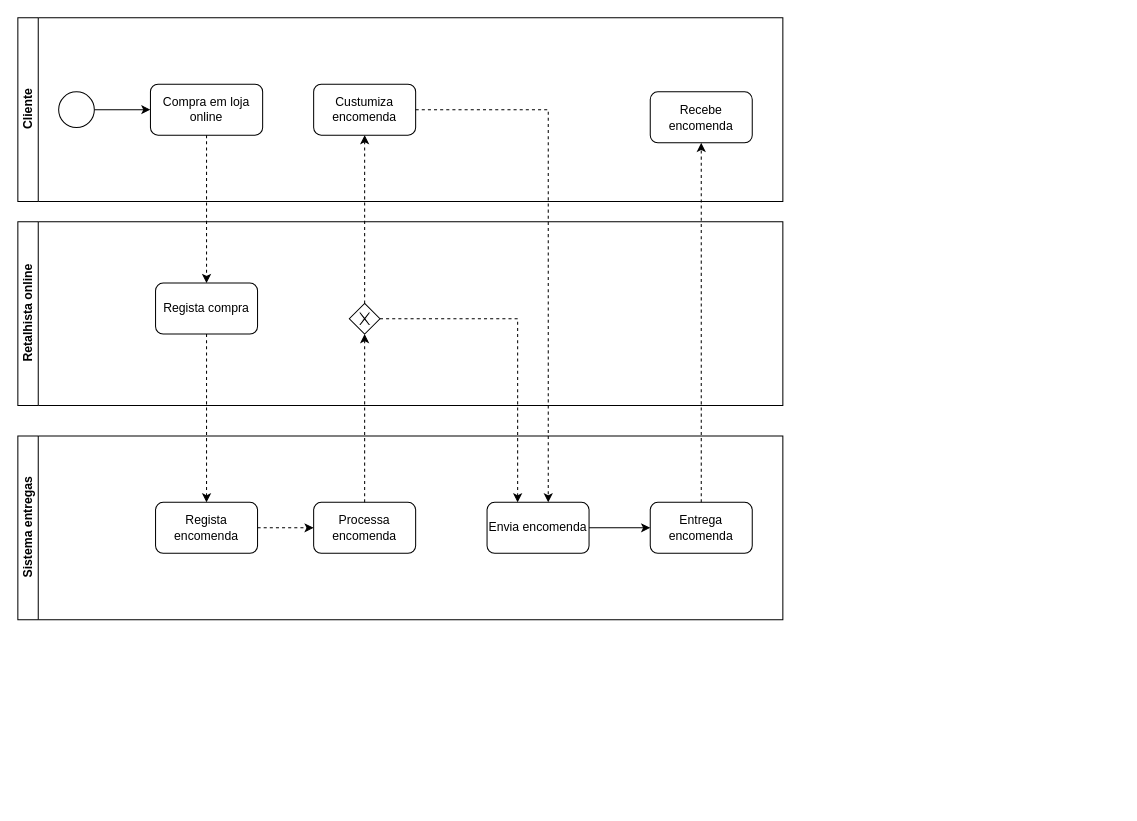
Earlier version of the draw.io diagram page "Página-9" (9 of 10) of Diagrams.drawio (miguelfrutuoso/smart-delivery). Source tidied: cells renumbered, new cells numbered last; positions are measured from the earlier drawing's top-left corner, leaving out a move shared by most shapes. Both pictures are drawn from the tidied source at 102%, with x=0, y=0 at pixel (17, 17).
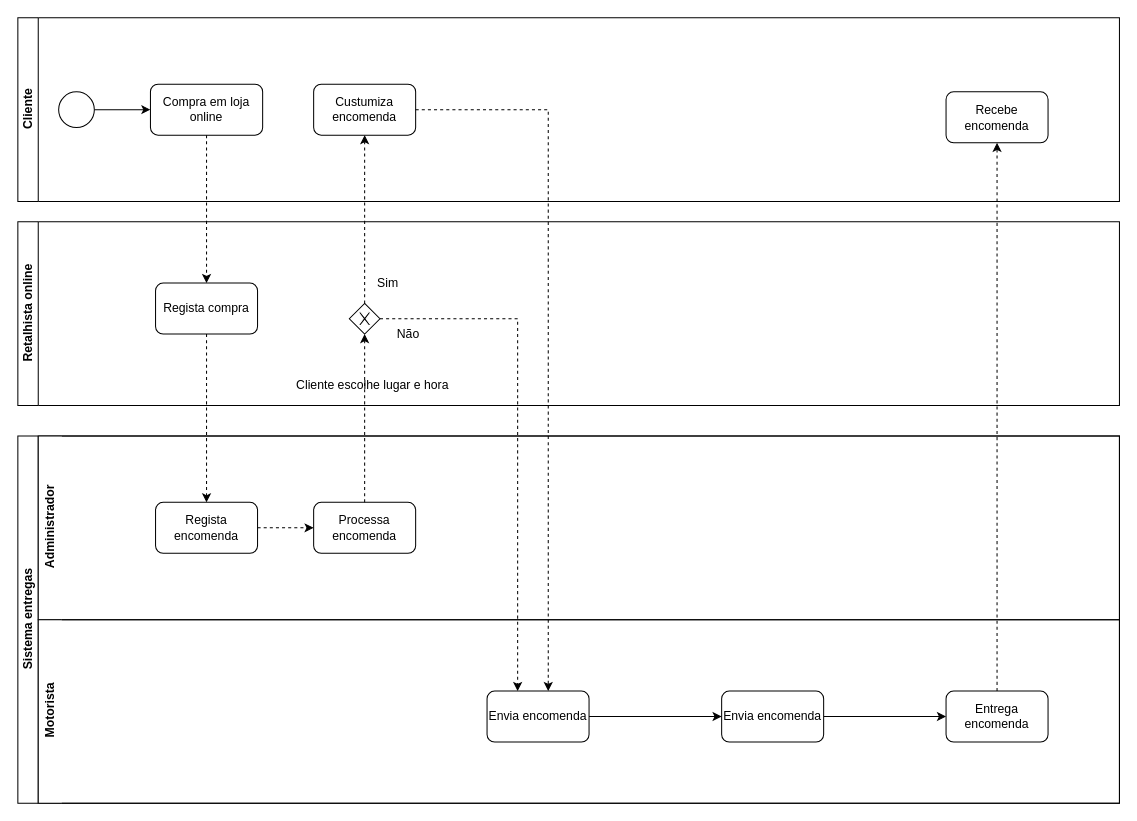
The same page after the edit.

What changed in the source:
```diff
@@
     <mxCell id="2" value="Cliente" style="swimlane;html=1;horizontal=0;startSize=20;" parent="1" vertex="1">
-      <mxGeometry width="750" height="180" as="geometry" />
+      <mxGeometry width="1080" height="180" as="geometry" />
     </mxCell>
@@
     <mxCell id="7" value="Recebe encomenda" style="shape=ext;rounded=1;html=1;whiteSpace=wrap;" parent="2" vertex="1">
-      <mxGeometry x="620" y="72.5" width="100" height="50" as="geometry" />
+      <mxGeometry x="910" y="72.5" width="100" height="50" as="geometry" />
     </mxCell>
     <mxCell id="8" value="Retalhista online" style="swimlane;html=1;horizontal=0;startSize=20;" parent="1" vertex="1">
-      <mxGeometry y="200" width="750" height="180" as="geometry" />
+      <mxGeometry y="200" width="1080" height="180" as="geometry" />
     </mxCell>
@@
+    <mxCell id="25" value="Cliente escolhe lugar e hora" style="text;html=1;strokeColor=none;fillColor=none;align=center;verticalAlign=middle;whiteSpace=wrap;rounded=0;" parent="8" vertex="1">
+      <mxGeometry x="270" y="150" width="156" height="20" as="geometry" />
+    </mxCell>
+    <mxCell id="26" value="Sim" style="text;html=1;strokeColor=none;fillColor=none;align=center;verticalAlign=middle;whiteSpace=wrap;rounded=0;" parent="8" vertex="1">
+      <mxGeometry x="340" y="50" width="46" height="20" as="geometry" />
+    </mxCell>
+    <mxCell id="27" value="Não" style="text;html=1;strokeColor=none;fillColor=none;align=center;verticalAlign=middle;whiteSpace=wrap;rounded=0;" parent="8" vertex="1">
+      <mxGeometry x="360" y="100" width="46" height="20" as="geometry" />
+    </mxCell>
@@
     <mxCell id="12" value="Sistema entregas" style="swimlane;html=1;horizontal=0;startSize=20;" parent="1" vertex="1">
-      <mxGeometry y="410" width="750" height="180" as="geometry" />
+      <mxGeometry y="410" width="1080" height="360" as="geometry" />
     </mxCell>
@@
-    <mxCell id="16" style="edgeStyle=orthogonalEdgeStyle;rounded=0;jettySize=auto;html=1;" parent="12" edge="1" source="17" target="18">
-      <mxGeometry relative="1" as="geometry" />
-    </mxCell>
+    <mxCell id="28" style="edgeStyle=orthogonalEdgeStyle;rounded=0;jettySize=auto;html=1;" parent="12" edge="1" source="17" target="30">
+      <mxGeometry relative="1" as="geometry" />
+    </mxCell>
     <mxCell id="17" value="Envia encomenda" style="shape=ext;rounded=1;html=1;whiteSpace=wrap;" parent="12" vertex="1">
-      <mxGeometry x="460" y="65" width="100" height="50" as="geometry" />
+      <mxGeometry x="460" y="250" width="100" height="50" as="geometry" />
     </mxCell>
     <mxCell id="18" value="Entrega encomenda" style="shape=ext;rounded=1;html=1;whiteSpace=wrap;" parent="12" vertex="1">
-      <mxGeometry x="620" y="65" width="100" height="50" as="geometry" />
+      <mxGeometry x="910" y="250" width="100" height="50" as="geometry" />
     </mxCell>
+    <mxCell id="29" style="edgeStyle=orthogonalEdgeStyle;rounded=0;jettySize=auto;html=1;" parent="12" edge="1" source="30" target="18">
+      <mxGeometry relative="1" as="geometry" />
+    </mxCell>
+    <mxCell id="30" value="Envia encomenda" style="shape=ext;rounded=1;html=1;whiteSpace=wrap;" parent="12" vertex="1">
+      <mxGeometry x="690" y="250" width="100" height="50" as="geometry" />
+    </mxCell>
@@
     <mxCell id="24" style="edgeStyle=orthogonalEdgeStyle;rounded=0;jettySize=auto;html=1;dashed=1;" parent="1" edge="1" source="18" target="7">
-      <mxGeometry relative="1" as="geometry" />
+      <mxGeometry relative="1" as="geometry">
+        <Array as="points">
+          <mxPoint x="960" y="98" />
+        </Array>
+      </mxGeometry>
     </mxCell>
+    <mxCell id="31" value="Administrador" style="swimlane;html=1;horizontal=0;swimlaneLine=0;" parent="1" vertex="1">
+      <mxGeometry x="20" y="410" width="1060" height="180" as="geometry" />
+    </mxCell>
+    <mxCell id="32" value="Motorista" style="swimlane;html=1;horizontal=0;swimlaneLine=0;" parent="1" vertex="1">
+      <mxGeometry x="20" y="590" width="1060" height="180" as="geometry" />
+    </mxCell>
```
